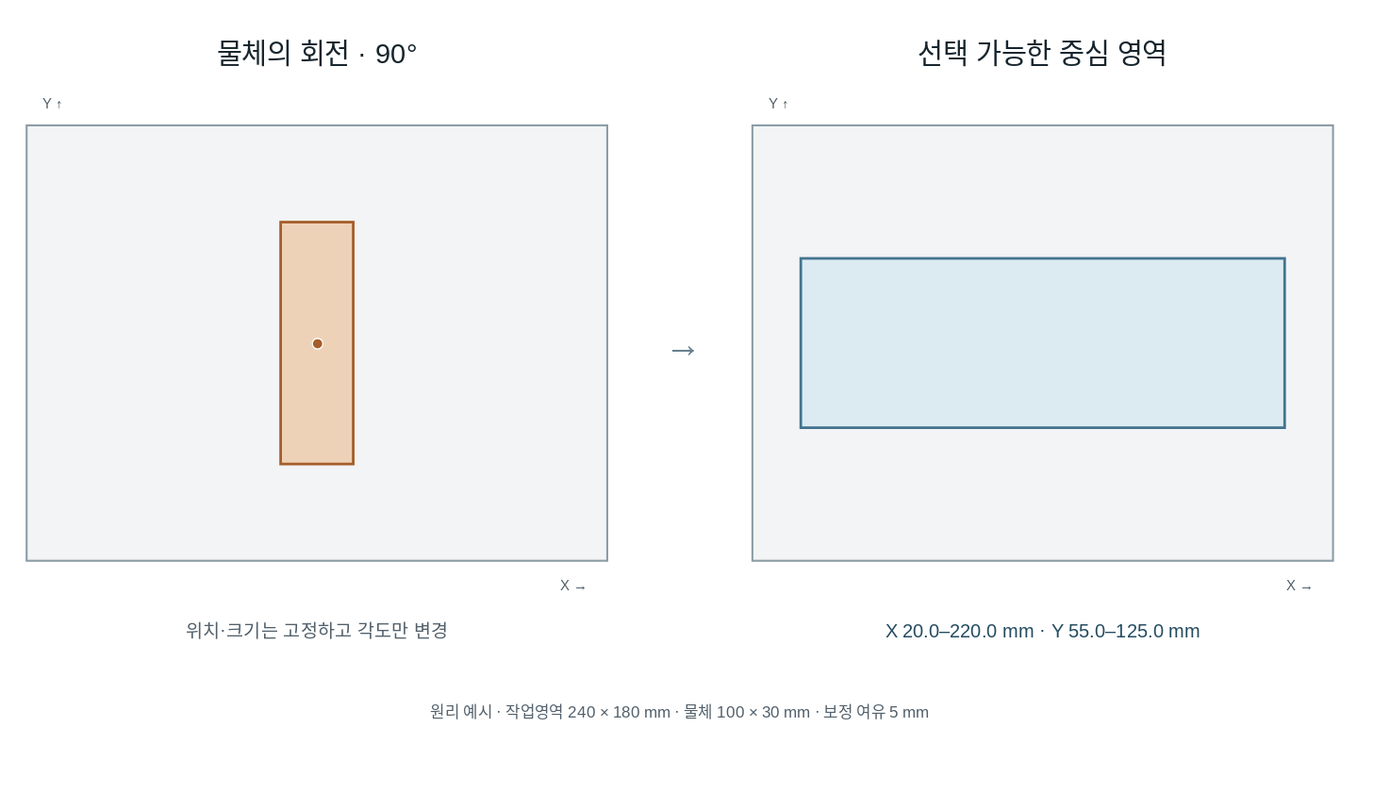
hasemu1211/fr5-lerobot-connector keeps this draw.io diagram as docs/portfolio/workspace-90.drawio.svg. Above is the earlier version. Source tidied: cells renumbered, new cells last; positions are measured from the earlier drawing's top-left corner, leaving out a move shared by most shapes.
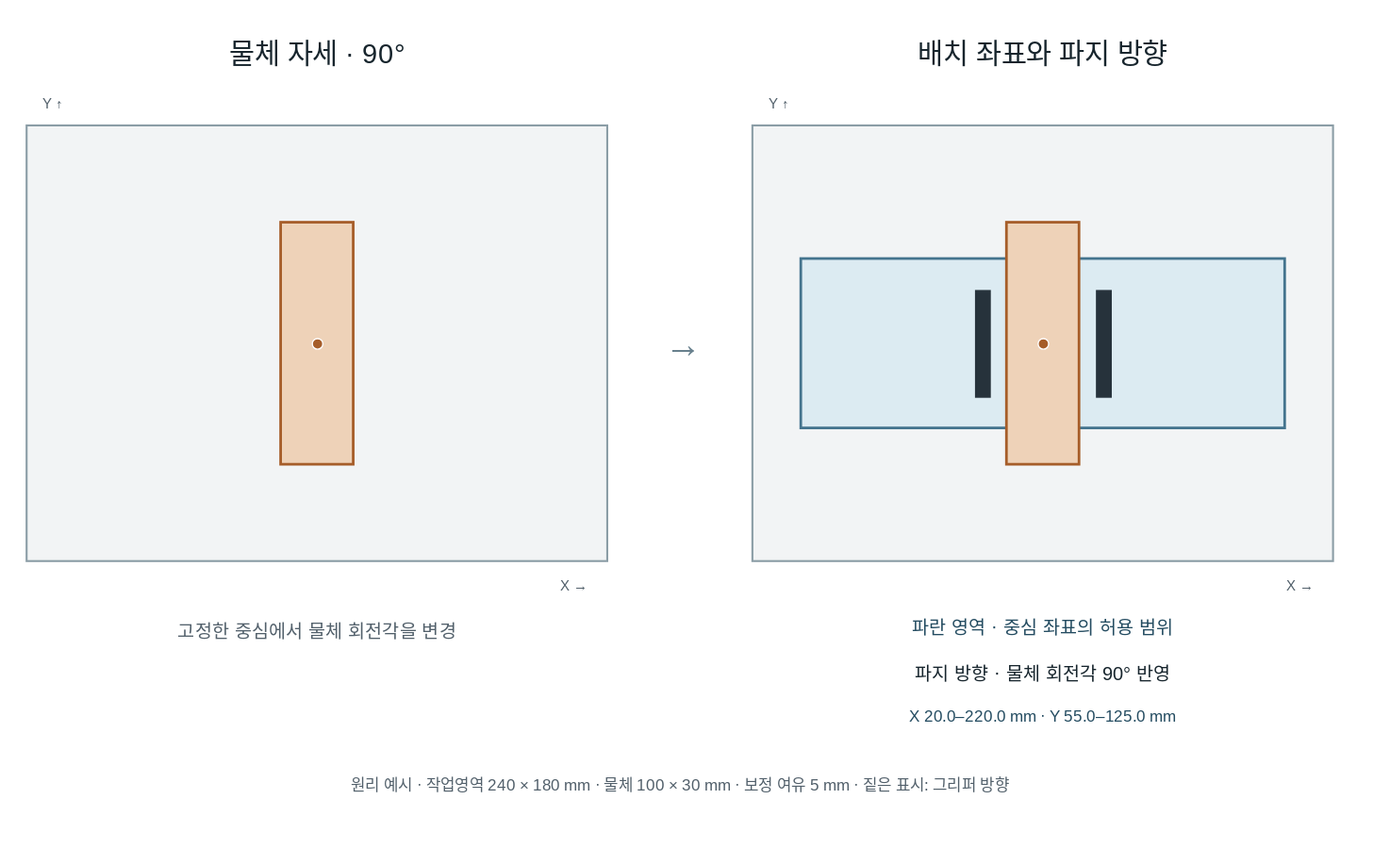
After the commit.

The edit, as a diff of the source:
```diff
@@ -2,10 +2,10 @@
   <root>
     <mxCell id="0" />
     <mxCell id="1" parent="0" />
-    <mxCell id="2" value="물체의 회전 · 90°" style="html=1;whiteSpace=wrap;fontFamily=Noto Sans CJK KR;fontSize=14;fontColor=#17252d;spacing=0;text;strokeColor=none;fillColor=none;fontSize=21;fontColor=#17252d;align=center;verticalAlign=middle;" parent="1" vertex="1">
+    <mxCell id="2" value="물체 자세 · 90°" style="html=1;whiteSpace=wrap;fontFamily=Noto Sans CJK KR;fontSize=14;fontColor=#17252d;spacing=0;text;strokeColor=none;fillColor=none;fontSize=21;fontColor=#17252d;align=center;verticalAlign=middle;" parent="1" vertex="1">
       <mxGeometry width="440" height="40" as="geometry" />
     </mxCell>
-    <mxCell id="3" value="선택 가능한 중심 영역" style="html=1;whiteSpace=wrap;fontFamily=Noto Sans CJK KR;fontSize=14;fontColor=#17252d;spacing=0;text;strokeColor=none;fillColor=none;fontSize=21;fontColor=#17252d;align=center;verticalAlign=middle;" parent="1" vertex="1">
+    <mxCell id="3" value="배치 좌표와 파지 방향" style="html=1;whiteSpace=wrap;fontFamily=Noto Sans CJK KR;fontSize=14;fontColor=#17252d;spacing=0;text;strokeColor=none;fillColor=none;fontSize=21;fontColor=#17252d;align=center;verticalAlign=middle;" parent="1" vertex="1">
       <mxGeometry x="550" width="440" height="40" as="geometry" />
     </mxCell>
     <mxCell id="4" style="html=1;whiteSpace=wrap;fontFamily=Noto Sans CJK KR;fontSize=14;fontColor=#17252d;spacing=0;fillColor=#f2f4f5;strokeColor=#8b9da6;strokeWidth=1.5;align=center;verticalAlign=middle;" parent="1" vertex="1">
@@ -35,17 +35,35 @@
     <mxCell id="12" style="html=1;whiteSpace=wrap;fontFamily=Noto Sans CJK KR;fontSize=14;fontColor=#17252d;spacing=0;ellipse;fillColor=#a65d29;strokeColor=#fff;strokeWidth=1;align=center;verticalAlign=middle;" parent="1" vertex="1">
       <mxGeometry x="216" y="236" width="8" height="8" as="geometry" />
     </mxCell>
+    <mxCell id="17" style="html=1;whiteSpace=wrap;fontFamily=Noto Sans CJK KR;fontSize=14;fontColor=#17252d;spacing=0;fillColor=#eed2b8;strokeColor=#a65d29;strokeWidth=2;rotation=-90;align=center;verticalAlign=middle;" parent="1" vertex="1">
+      <mxGeometry x="678.3" y="212.5" width="183.3" height="55" as="geometry" />
+    </mxCell>
+    <mxCell id="18" style="html=1;whiteSpace=wrap;fontFamily=Noto Sans CJK KR;fontSize=14;fontColor=#17252d;spacing=0;ellipse;fillColor=#a65d29;strokeColor=#fff;strokeWidth=1;align=center;verticalAlign=middle;" parent="1" vertex="1">
+      <mxGeometry x="766" y="236" width="8" height="8" as="geometry" />
+    </mxCell>
+    <mxCell id="19" style="html=1;whiteSpace=wrap;fontFamily=Noto Sans CJK KR;fontSize=14;fontColor=#17252d;spacing=0;fillColor=#26323b;strokeColor=#26323b;rotation=-90;align=center;verticalAlign=middle;" parent="1" vertex="1">
+      <mxGeometry x="775.5" y="234.5" width="80.7" height="11" as="geometry" />
+    </mxCell>
+    <mxCell id="20" style="html=1;whiteSpace=wrap;fontFamily=Noto Sans CJK KR;fontSize=14;fontColor=#17252d;spacing=0;fillColor=#26323b;strokeColor=#26323b;rotation=-90;align=center;verticalAlign=middle;" parent="1" vertex="1">
+      <mxGeometry x="683.8" y="234.5" width="80.7" height="11" as="geometry" />
+    </mxCell>
-    <mxCell id="13" value="위치·크기는 고정하고 각도만 변경" style="html=1;whiteSpace=wrap;fontFamily=Noto Sans CJK KR;fontSize=14;fontColor=#17252d;spacing=0;text;strokeColor=none;fillColor=none;fontSize=14;fontColor=#52606b;align=center;verticalAlign=middle;" parent="1" vertex="1">
+    <mxCell id="13" value="고정한 중심에서 물체 회전각을 변경" style="html=1;whiteSpace=wrap;fontFamily=Noto Sans CJK KR;fontSize=14;fontColor=#17252d;spacing=0;text;strokeColor=none;fillColor=none;fontSize=14;fontColor=#52606b;align=center;verticalAlign=middle;" parent="1" vertex="1">
       <mxGeometry y="440" width="440" height="35" as="geometry" />
     </mxCell>
-    <mxCell id="14" value="X 20.0–220.0 mm · Y 55.0–125.0 mm" style="html=1;whiteSpace=wrap;fontFamily=Noto Sans CJK KR;fontSize=14;fontColor=#17252d;spacing=0;text;strokeColor=none;fillColor=none;fontSize=14;fontColor=#244c61;align=center;verticalAlign=middle;" parent="1" vertex="1">
-      <mxGeometry x="550" y="440" width="440" height="35" as="geometry" />
+    <mxCell id="14" value="파란 영역 · 중심 좌표의 허용 범위" style="html=1;whiteSpace=wrap;fontFamily=Noto Sans CJK KR;fontSize=14;fontColor=#17252d;spacing=0;text;strokeColor=none;fillColor=none;fontSize=14;fontColor=#244c61;align=center;verticalAlign=middle;" parent="1" vertex="1">
+      <mxGeometry x="550" y="440" width="440" height="30" as="geometry" />
     </mxCell>
+    <mxCell id="21" value="파지 방향 · 물체 회전각 90° 반영" style="html=1;whiteSpace=wrap;fontFamily=Noto Sans CJK KR;fontSize=14;fontColor=#17252d;spacing=0;text;strokeColor=none;fillColor=none;fontSize=14;fontColor=#17252d;align=center;verticalAlign=middle;" parent="1" vertex="1">
+      <mxGeometry x="550" y="475" width="440" height="30" as="geometry" />
+    </mxCell>
+    <mxCell id="22" value="X 20.0–220.0 mm · Y 55.0–125.0 mm" style="html=1;whiteSpace=wrap;fontFamily=Noto Sans CJK KR;fontSize=14;fontColor=#17252d;spacing=0;text;strokeColor=none;fillColor=none;fontSize=12;fontColor=#244c61;align=center;verticalAlign=middle;" parent="1" vertex="1">
+      <mxGeometry x="550" y="510" width="440" height="25" as="geometry" />
+    </mxCell>
     <mxCell id="15" value="→" style="html=1;whiteSpace=wrap;fontFamily=Noto Sans CJK KR;fontSize=14;fontColor=#17252d;spacing=0;text;strokeColor=none;fillColor=none;fontSize=28;fontColor=#68808d;align=center;verticalAlign=middle;" parent="1" vertex="1">
       <mxGeometry x="460" y="210" width="75" height="60" as="geometry" />
     </mxCell>
-    <mxCell id="16" value="원리 예시 · 작업영역 240 × 180 mm · 물체 100 × 30 mm · 보정 여유 5 mm" style="html=1;whiteSpace=wrap;fontFamily=Noto Sans CJK KR;fontSize=14;fontColor=#17252d;spacing=0;text;strokeColor=none;fillColor=none;fontSize=12;fontColor=#52606b;align=center;verticalAlign=middle;" parent="1" vertex="1">
-      <mxGeometry y="500" width="990" height="40" as="geometry" />
+    <mxCell id="16" value="원리 예시 · 작업영역 240 × 180 mm · 물체 100 × 30 mm · 보정 여유 5 mm · 짙은 표시: 그리퍼 방향" style="html=1;whiteSpace=wrap;fontFamily=Noto Sans CJK KR;fontSize=14;fontColor=#17252d;spacing=0;text;strokeColor=none;fillColor=none;fontSize=12;fontColor=#52606b;align=center;verticalAlign=middle;" parent="1" vertex="1">
+      <mxGeometry y="555" width="990" height="40" as="geometry" />
     </mxCell>
   </root>
 </mxGraphModel>
```
